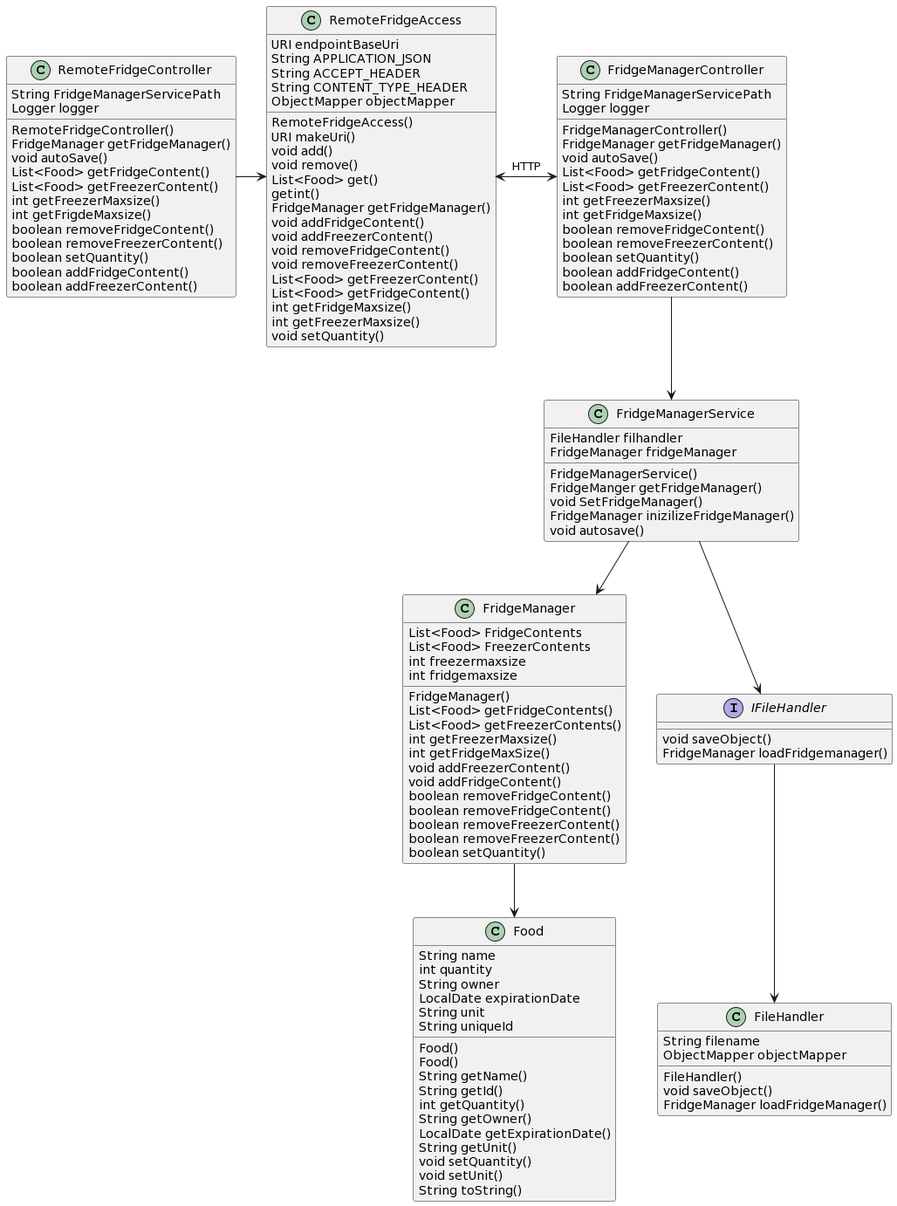
The PlantUML diagram FridgeManager/pictures/class-diagram.png in Spiderpig02/FridgeManager, before a commit.
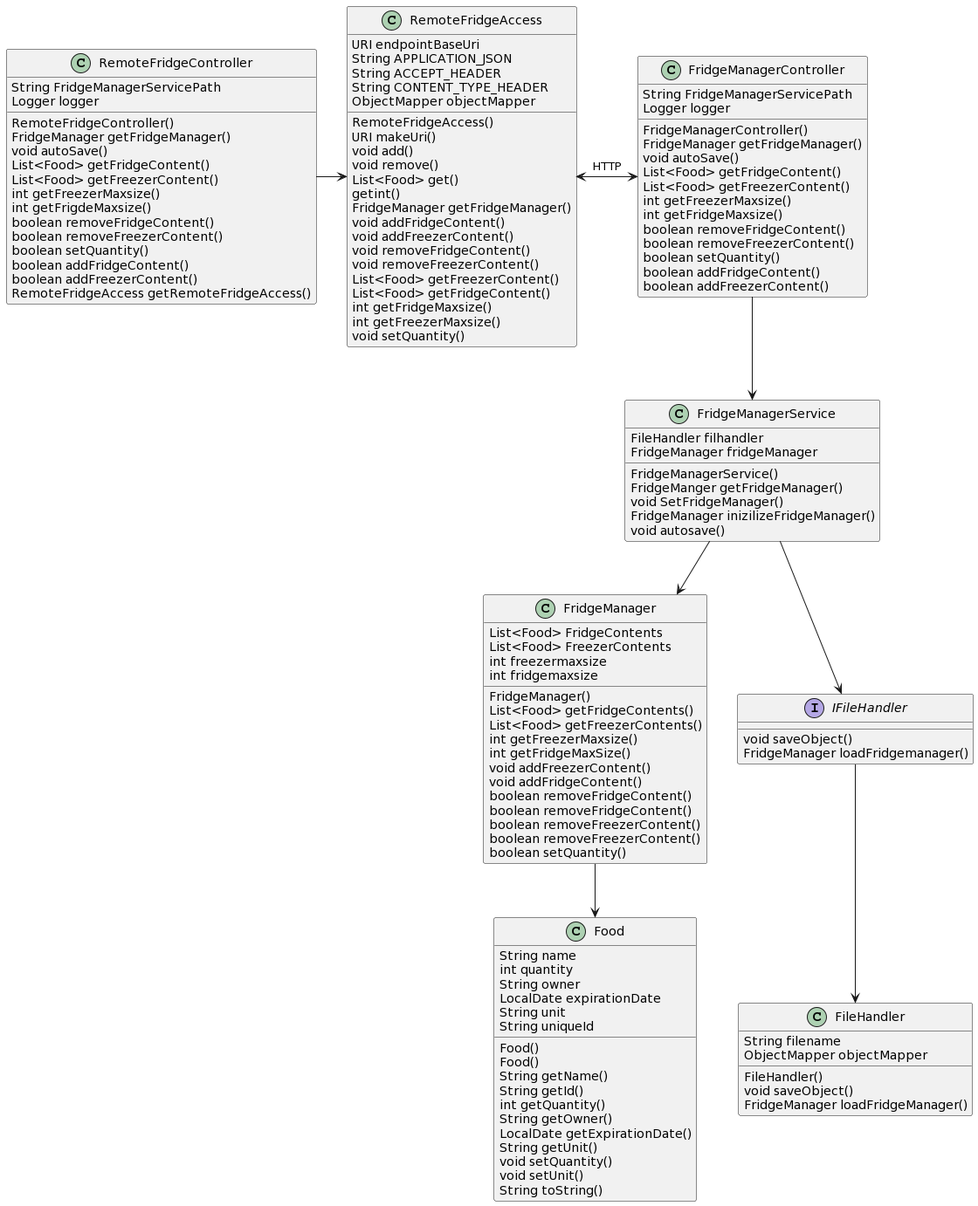
After the commit.

Change to the diagram source:
```diff
@@ -95,6 +95,7 @@
 boolean setQuantity()
 boolean addFridgeContent()
 boolean addFreezerContent()
+RemoteFridgeAccess getRemoteFridgeAccess()
 }
 
 class RemoteFridgeAccess{
```
